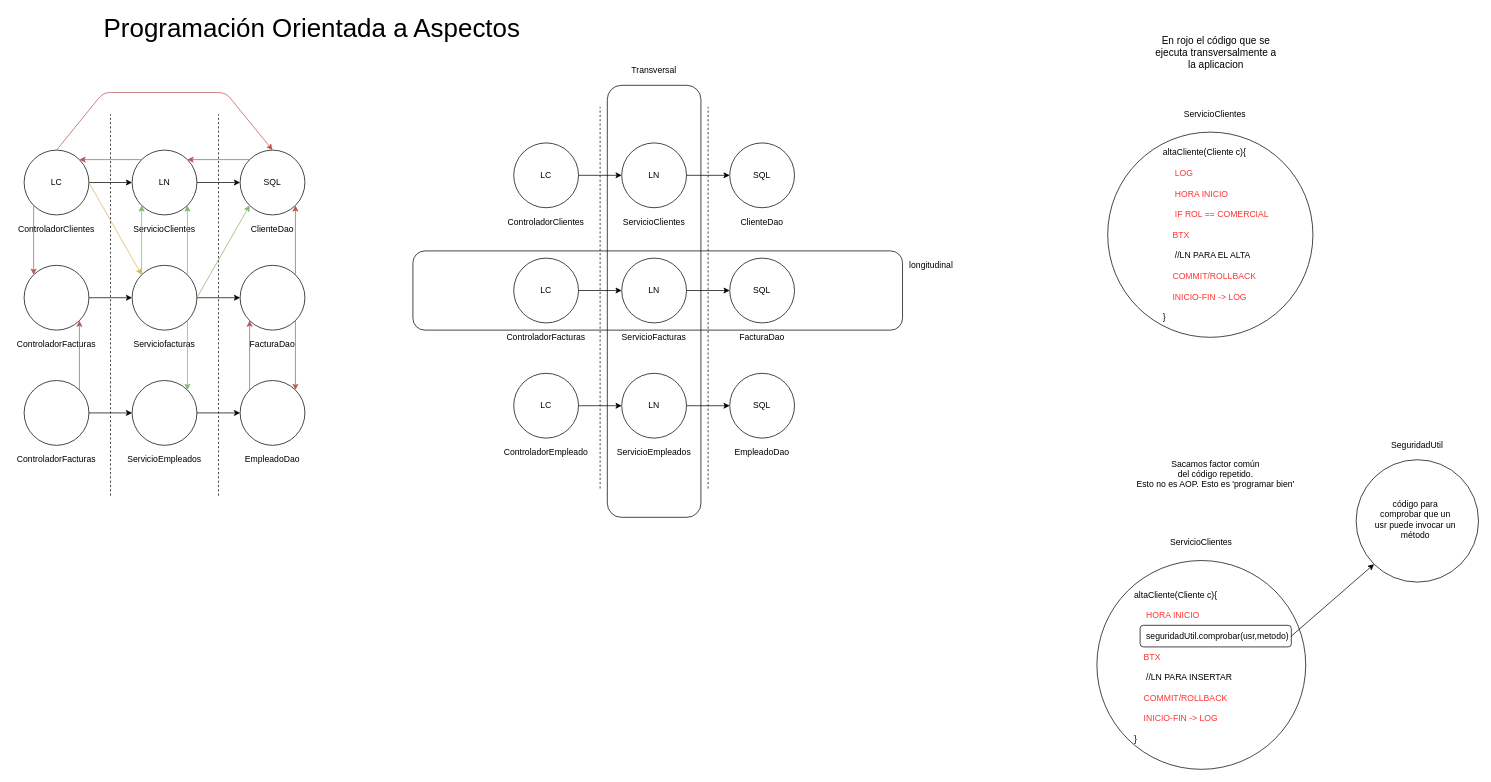
The draw.io diagram page "Página-5" (5 of 30) of diagramas.drawio in lrag/JEE, before the edit. Source tidied: cells renumbered, new cells numbered last; positions are measured from the earlier drawing's top-left corner, leaving out a move shared by most shapes. Both pictures are drawn from the tidied source at 72%, with x=0, y=0 at pixel (24, 20).
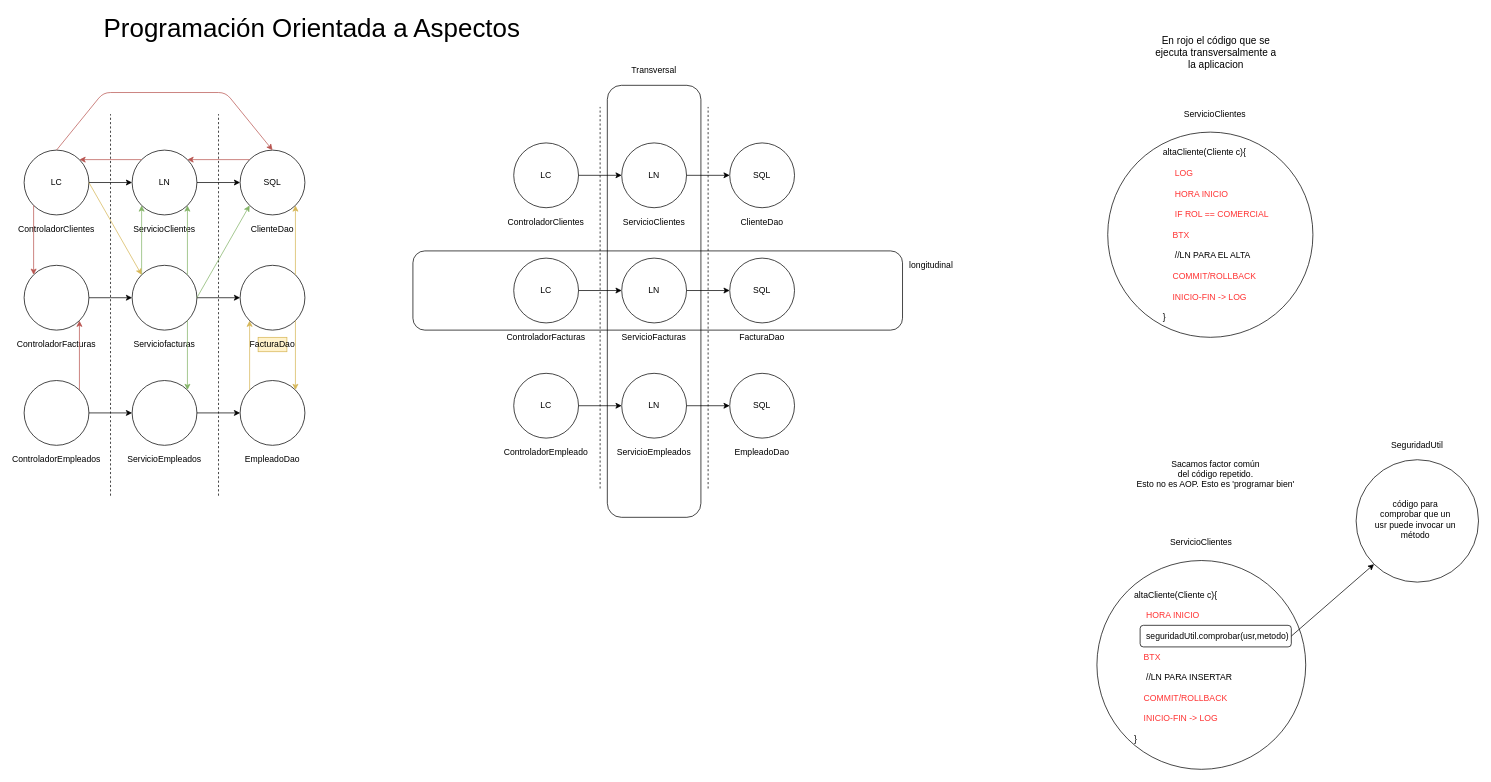
The same page after the edit.

Unchanged cells that the change refers to:
```xml
<mxCell id="9" value="SQL" style="ellipse;whiteSpace=wrap;html=1;strokeColor=#000000;strokeWidth=1;fillColor=none;" parent="1" vertex="1">
  <mxGeometry x="300" y="180" width="90" height="90" as="geometry" />
</mxCell>
<mxCell id="14" style="ellipse;whiteSpace=wrap;html=1;strokeColor=#000000;strokeWidth=1;fillColor=none;" parent="1" vertex="1">
  <mxGeometry x="300" y="340" width="90" height="90" as="geometry" />
</mxCell>
<mxCell id="19" style="ellipse;whiteSpace=wrap;html=1;strokeColor=#000000;strokeWidth=1;fillColor=none;" parent="1" vertex="1">
  <mxGeometry x="300" y="500" width="90" height="90" as="geometry" />
</mxCell>
```

Change to the diagram source:
```diff
@@
-    <mxCell id="25" value="FacturaDao" style="text;html=1;strokeColor=none;fillColor=none;align=center;verticalAlign=middle;whiteSpace=wrap;rounded=0;" parent="1" vertex="1">
+    <mxCell id="25" value="FacturaDao" style="text;html=1;strokeColor=#d6b656;fillColor=#fff2cc;align=center;verticalAlign=middle;whiteSpace=wrap;rounded=0;" parent="1" vertex="1">
       <mxGeometry x="325" y="440" width="40" height="20" as="geometry" />
     </mxCell>
-    <mxCell id="26" value="ControladorFacturas" style="text;html=1;strokeColor=none;fillColor=none;align=center;verticalAlign=middle;whiteSpace=wrap;rounded=0;" parent="1" vertex="1">
+    <mxCell id="26" value="ControladorEmpleados" style="text;html=1;strokeColor=none;fillColor=none;align=center;verticalAlign=middle;whiteSpace=wrap;rounded=0;" parent="1" vertex="1">
       <mxGeometry x="25" y="600" width="40" height="20" as="geometry" />
     </mxCell>
@@
-    <mxCell id="38" style="endArrow=classic;html=1;strokeWidth=1;exitX=1;exitY=1;exitDx=0;exitDy=0;entryX=1;entryY=0;entryDx=0;entryDy=0;fillColor=#f8cecc;strokeColor=#b85450;" parent="1" edge="1" source="14" target="19">
+    <mxCell id="38" style="endArrow=classic;html=1;strokeWidth=1;exitX=1;exitY=1;exitDx=0;exitDy=0;entryX=1;entryY=0;entryDx=0;entryDy=0;fillColor=#fff2cc;strokeColor=#d6b656;" parent="1" edge="1" source="14" target="19">
       <mxGeometry relative="1" as="geometry" />
     </mxCell>
-    <mxCell id="39" style="endArrow=classic;html=1;strokeWidth=1;exitX=0;exitY=0;exitDx=0;exitDy=0;entryX=0;entryY=1;entryDx=0;entryDy=0;fillColor=#f8cecc;strokeColor=#b85450;" parent="1" edge="1" source="19" target="14">
+    <mxCell id="39" style="endArrow=classic;html=1;strokeWidth=1;exitX=0;exitY=0;exitDx=0;exitDy=0;entryX=0;entryY=1;entryDx=0;entryDy=0;fillColor=#fff2cc;strokeColor=#d6b656;" parent="1" edge="1" source="19" target="14">
       <mxGeometry relative="1" as="geometry" />
     </mxCell>
-    <mxCell id="40" style="endArrow=classic;html=1;strokeWidth=1;exitX=1;exitY=0;exitDx=0;exitDy=0;entryX=1;entryY=1;entryDx=0;entryDy=0;fillColor=#f8cecc;strokeColor=#b85450;" parent="1" edge="1" source="14" target="9">
+    <mxCell id="40" style="endArrow=classic;html=1;strokeWidth=1;exitX=1;exitY=0;exitDx=0;exitDy=0;entryX=1;entryY=1;entryDx=0;entryDy=0;fillColor=#fff2cc;strokeColor=#d6b656;" parent="1" edge="1" source="14" target="9">
       <mxGeometry relative="1" as="geometry" />
     </mxCell>
```
